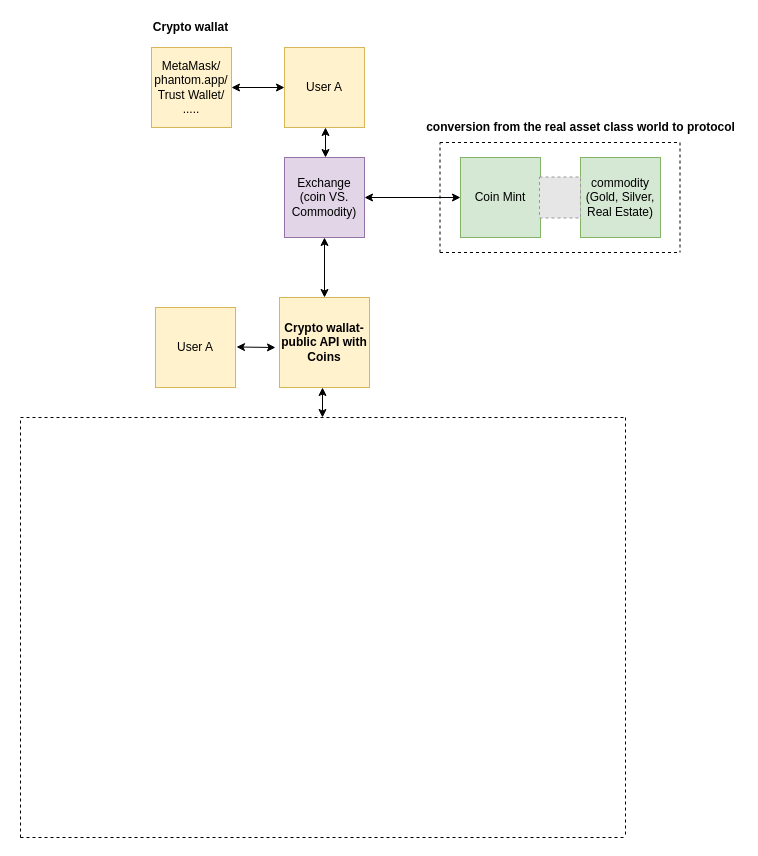
Before: page "process" (2 of 3) of POS(1).drawio in JoshuaTree63/Complete-Python-3-Bootcamp, a draw.io diagram. Source tidied: cells renumbered, new cells numbered last; positions are measured from the earlier drawing's top-left corner, leaving out a move shared by most shapes. Both pictures are drawn from the tidied source at 100%, with x=0, y=0 at pixel (20, 17). Pictures stored in the file or linked from it are replaced by grey dashed boxes.
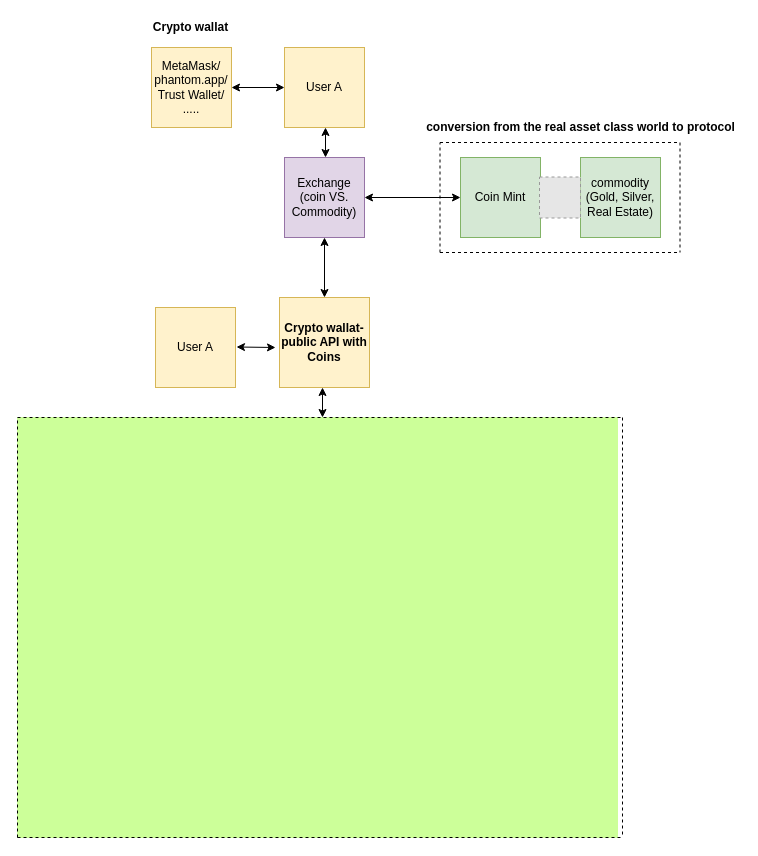
The same page after the edit.

Change to the diagram source:
```diff
@@
-    <mxCell id="20" style="group;" parent="1" vertex="1">
-      <mxGeometry y="400" width="600" height="420" as="geometry" />
+    <mxCell id="20" style="group;fillColor=#CCFF99;strokeColor=#CCFF99;" parent="1" vertex="1">
+      <mxGeometry x="-3" y="400" width="600" height="420" as="geometry" />
     </mxCell>
```
